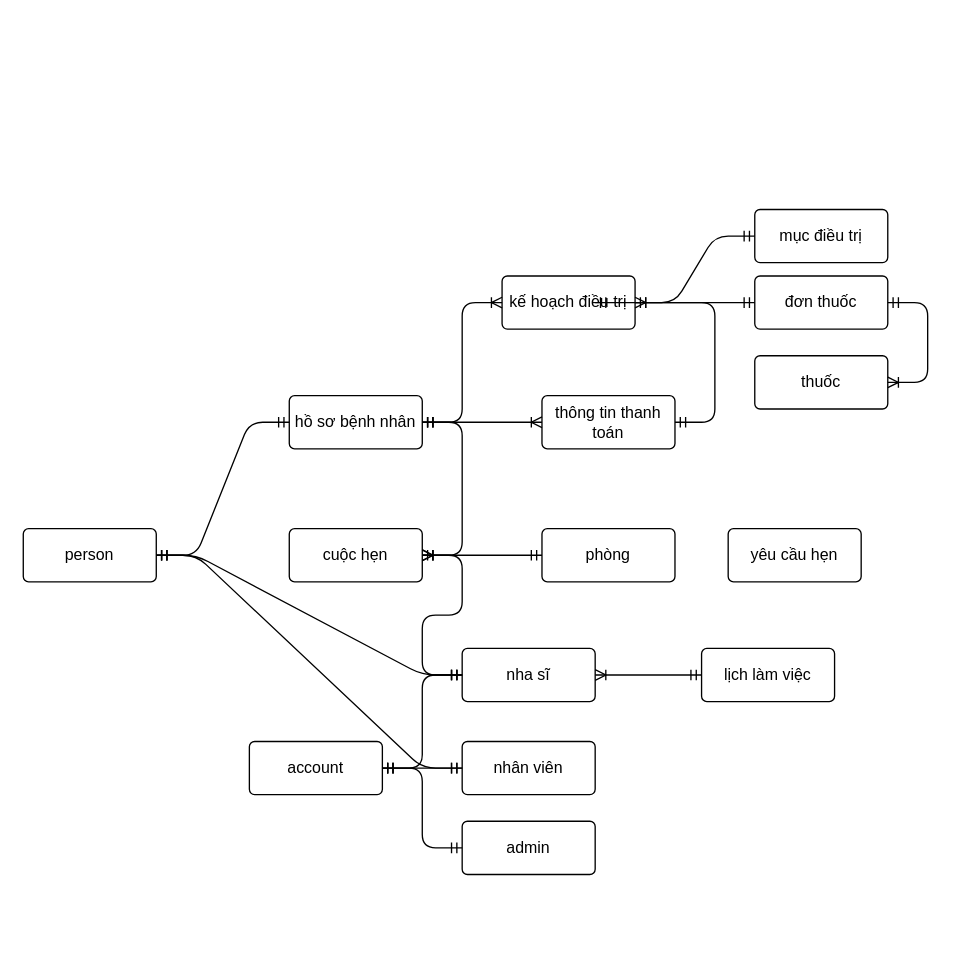
Earlier version of the draw.io diagram diagrams/conceptual-diagram-v2.drawio (nibtr/clinic-db). Source tidied: cells renumbered, new cells numbered last; positions are measured from the earlier drawing's top-left corner, leaving out a move shared by most shapes. Both pictures are drawn from the tidied source at 133%, with x=0, y=0 at pixel (23, 209).
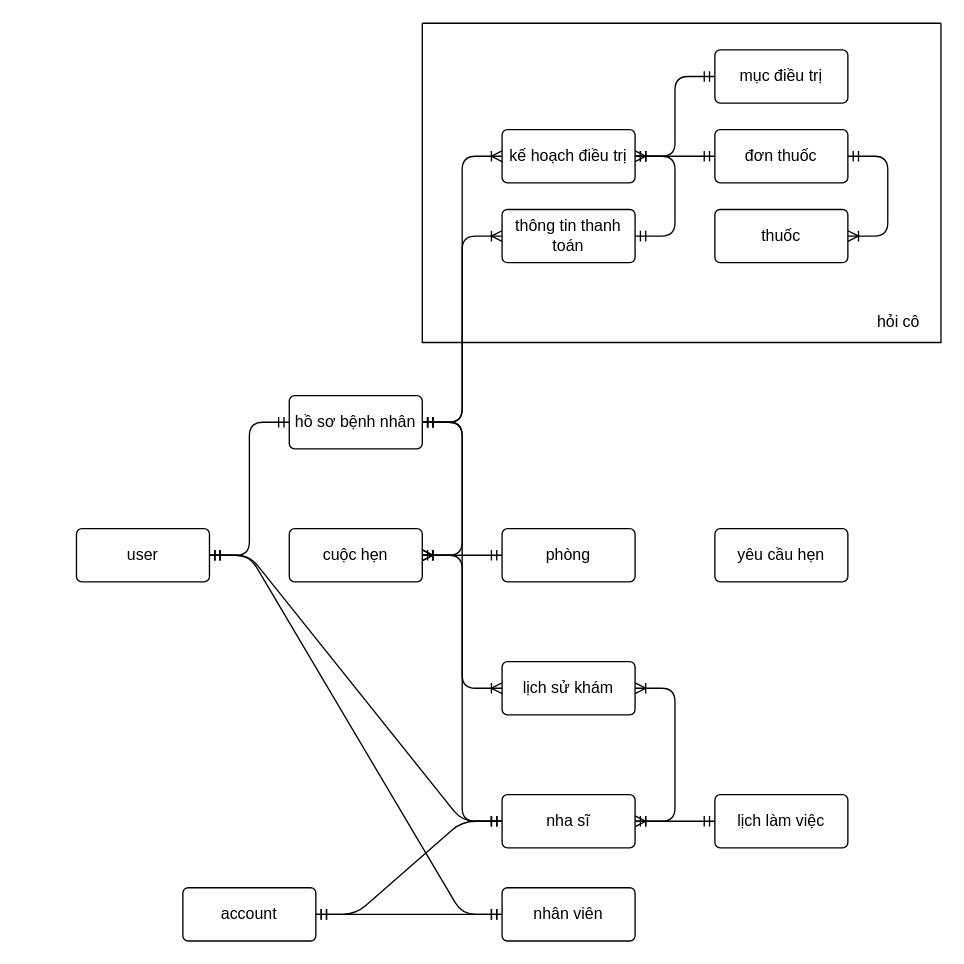
The same diagram, later.

The change refers to these unchanged cells:
```xml
<mxCell id="4" value="hồ sơ bệnh nhân&lt;br&gt;" style="rounded=1;arcSize=10;whiteSpace=wrap;html=1;align=center;" parent="1" vertex="1">
  <mxGeometry x="200" y="140" width="100" height="40" as="geometry" />
</mxCell>
```

What changed in the source:
```diff
@@
-    <mxCell id="2" value="thông tin thanh toán&lt;br&gt;" style="rounded=1;arcSize=10;whiteSpace=wrap;html=1;align=center;" parent="1" vertex="1">
-      <mxGeometry x="390" y="140" width="100" height="40" as="geometry" />
-    </mxCell>
     <mxCell id="3" value="kế hoạch điều trị&lt;br&gt;" style="rounded=1;arcSize=10;whiteSpace=wrap;html=1;align=center;" parent="1" vertex="1">
-      <mxGeometry x="360" y="50" width="100" height="40" as="geometry" />
+      <mxGeometry x="360" y="-60" width="100" height="40" as="geometry" />
     </mxCell>
@@
-    <mxCell id="7" value="mục điều trị&lt;br&gt;" style="rounded=1;arcSize=10;whiteSpace=wrap;html=1;align=center;" parent="1" vertex="1">
-      <mxGeometry x="550" width="100" height="40" as="geometry" />
-    </mxCell>
@@
-    <mxCell id="10" value="đơn thuốc&lt;br&gt;" style="rounded=1;arcSize=10;whiteSpace=wrap;html=1;align=center;" parent="1" vertex="1">
-      <mxGeometry x="550" y="50" width="100" height="40" as="geometry" />
-    </mxCell>
-    <mxCell id="11" style="edgeStyle=entityRelationEdgeStyle;fontSize=12;html=1;endArrow=ERmandOne;startArrow=ERmandOne;entryX=0;entryY=0.5;entryDx=0;entryDy=0;" parent="1" edge="1" target="10">
-      <mxGeometry relative="1" as="geometry">
-        <mxPoint x="430" y="70" as="sourcePoint" />
-      </mxGeometry>
+    <mxCell id="11" style="edgeStyle=entityRelationEdgeStyle;fontSize=12;html=1;endArrow=ERmandOne;startArrow=ERmandOne;entryX=0;entryY=0.5;entryDx=0;entryDy=0;" parent="1" edge="1" source="3" target="10">
+      <mxGeometry relative="1" as="geometry" />
     </mxCell>
     <mxCell id="12" value="nha sĩ&lt;br&gt;" style="rounded=1;arcSize=10;whiteSpace=wrap;html=1;align=center;" parent="1" vertex="1">
-      <mxGeometry x="330" y="330" width="100" height="40" as="geometry" />
+      <mxGeometry x="360" y="440" width="100" height="40" as="geometry" />
     </mxCell>
@@
     <mxCell id="16" value="lịch làm việc" style="rounded=1;arcSize=10;whiteSpace=wrap;html=1;align=center;" parent="1" vertex="1">
-      <mxGeometry x="510" y="330" width="100" height="40" as="geometry" />
+      <mxGeometry x="520" y="440" width="100" height="40" as="geometry" />
     </mxCell>
     <mxCell id="17" value="phòng&lt;br&gt;" style="rounded=1;arcSize=10;whiteSpace=wrap;html=1;align=center;" parent="1" vertex="1">
-      <mxGeometry x="390" y="240" width="100" height="40" as="geometry" />
+      <mxGeometry x="360" y="240" width="100" height="40" as="geometry" />
     </mxCell>
@@
     <mxCell id="19" value="account" style="rounded=1;arcSize=10;whiteSpace=wrap;html=1;align=center;" parent="1" vertex="1">
-      <mxGeometry x="170" y="400" width="100" height="40" as="geometry" />
+      <mxGeometry x="120" y="510" width="100" height="40" as="geometry" />
     </mxCell>
@@
     <mxCell id="21" value="nhân viên&lt;br&gt;" style="rounded=1;arcSize=10;whiteSpace=wrap;html=1;align=center;" parent="1" vertex="1">
-      <mxGeometry x="330" y="400" width="100" height="40" as="geometry" />
+      <mxGeometry x="360" y="510" width="100" height="40" as="geometry" />
     </mxCell>
@@
-    <mxCell id="23" value="admin" style="rounded=1;arcSize=10;whiteSpace=wrap;html=1;align=center;" parent="1" vertex="1">
-      <mxGeometry x="330" y="460" width="100" height="40" as="geometry" />
-    </mxCell>
-    <mxCell id="24" style="edgeStyle=entityRelationEdgeStyle;fontSize=12;html=1;endArrow=ERmandOne;startArrow=ERmandOne;exitX=1;exitY=0.5;exitDx=0;exitDy=0;" parent="1" edge="1" source="19" target="23">
-      <mxGeometry relative="1" as="geometry" />
-    </mxCell>
-    <mxCell id="25" value="thuốc&lt;br&gt;" style="rounded=1;arcSize=10;whiteSpace=wrap;html=1;align=center;" parent="1" vertex="1">
-      <mxGeometry x="550" y="110" width="100" height="40" as="geometry" />
-    </mxCell>
-    <mxCell id="26" style="edgeStyle=entityRelationEdgeStyle;fontSize=12;html=1;endArrow=ERoneToMany;startArrow=ERmandOne;" parent="1" edge="1" source="10" target="25">
-      <mxGeometry relative="1" as="geometry" />
-    </mxCell>
@@
-    <mxCell id="28" value="person" style="rounded=1;arcSize=10;whiteSpace=wrap;html=1;align=center;" parent="1" vertex="1">
-      <mxGeometry y="240" width="100" height="40" as="geometry" />
+    <mxCell id="28" value="user" style="rounded=1;arcSize=10;whiteSpace=wrap;html=1;align=center;" parent="1" vertex="1">
+      <mxGeometry x="40" y="240" width="100" height="40" as="geometry" />
     </mxCell>
@@
-    <mxCell id="31" style="edgeStyle=entityRelationEdgeStyle;fontSize=12;html=1;endArrow=ERmandOne;startArrow=ERmandOne;exitX=1;exitY=0.5;exitDx=0;exitDy=0;" parent="1" edge="1" source="28">
-      <mxGeometry relative="1" as="geometry">
-        <mxPoint x="330" y="420" as="targetPoint" />
-      </mxGeometry>
+    <mxCell id="31" style="edgeStyle=entityRelationEdgeStyle;fontSize=12;html=1;endArrow=ERmandOne;startArrow=ERmandOne;exitX=1;exitY=0.5;exitDx=0;exitDy=0;" parent="1" edge="1" source="28" target="21">
+      <mxGeometry relative="1" as="geometry" />
     </mxCell>
     <mxCell id="32" value="yêu cầu hẹn" style="rounded=1;arcSize=10;whiteSpace=wrap;html=1;align=center;" parent="1" vertex="1">
-      <mxGeometry x="530" y="240" width="100" height="40" as="geometry" />
+      <mxGeometry x="520" y="240" width="100" height="40" as="geometry" />
     </mxCell>
+    <mxCell id="33" value="lịch sử khám" style="rounded=1;arcSize=10;whiteSpace=wrap;html=1;align=center;" parent="1" vertex="1">
+      <mxGeometry x="360" y="340" width="100" height="40" as="geometry" />
+    </mxCell>
+    <mxCell id="34" style="edgeStyle=entityRelationEdgeStyle;fontSize=12;html=1;endArrow=ERoneToMany;startArrow=ERmandOne;" parent="1" edge="1" source="12" target="33">
+      <mxGeometry relative="1" as="geometry" />
+    </mxCell>
+    <mxCell id="35" style="edgeStyle=entityRelationEdgeStyle;fontSize=12;html=1;endArrow=ERoneToMany;startArrow=ERmandOne;" parent="1" edge="1" source="4" target="33">
+      <mxGeometry relative="1" as="geometry" />
+    </mxCell>
+    <mxCell id="36" style="swimlane;startSize=0;" parent="1" vertex="1">
+      <mxGeometry x="300" y="-140" width="390" height="240" as="geometry" />
+    </mxCell>
+    <mxCell id="37" value="hỏi cô&amp;nbsp;" style="text;html=1;strokeColor=none;fillColor=none;align=center;verticalAlign=middle;whiteSpace=wrap;rounded=0;" parent="36" vertex="1">
+      <mxGeometry x="330" y="210" width="60" height="30" as="geometry" />
+    </mxCell>
+    <mxCell id="10" value="đơn thuốc&lt;br&gt;" style="rounded=1;arcSize=10;whiteSpace=wrap;html=1;align=center;" parent="36" vertex="1">
+      <mxGeometry x="220" y="80" width="100" height="40" as="geometry" />
+    </mxCell>
+    <mxCell id="25" value="thuốc&lt;br&gt;" style="rounded=1;arcSize=10;whiteSpace=wrap;html=1;align=center;" parent="36" vertex="1">
+      <mxGeometry x="220" y="140" width="100" height="40" as="geometry" />
+    </mxCell>
+    <mxCell id="26" style="edgeStyle=entityRelationEdgeStyle;fontSize=12;html=1;endArrow=ERoneToMany;startArrow=ERmandOne;" parent="36" edge="1" source="10" target="25">
+      <mxGeometry relative="1" as="geometry" />
+    </mxCell>
+    <mxCell id="7" value="mục điều trị&lt;br&gt;" style="rounded=1;arcSize=10;whiteSpace=wrap;html=1;align=center;" parent="36" vertex="1">
+      <mxGeometry x="220" y="20" width="100" height="40" as="geometry" />
+    </mxCell>
+    <mxCell id="2" value="thông tin thanh toán&lt;br&gt;" style="rounded=1;arcSize=10;whiteSpace=wrap;html=1;align=center;" parent="36" vertex="1">
+      <mxGeometry x="60" y="140" width="100" height="40" as="geometry" />
+    </mxCell>
```
